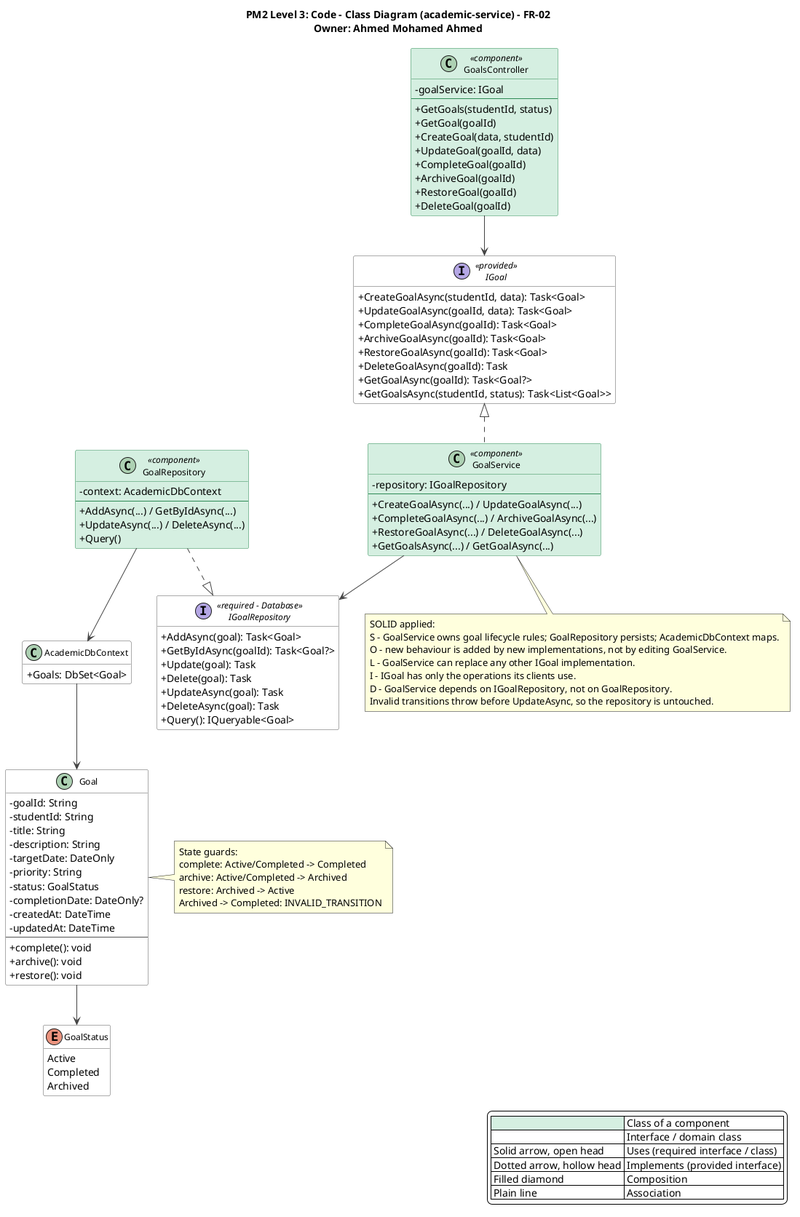
The PlantUML diagram docs/PM2/Part A — Design/Class Diagram/02-academic-service.png in AIU-SoftWave/Aspirra, before a commit. The source it was exported from:
```plantuml
@startuml 02-academic-service
title PM2 Level 3: Code - Class Diagram (academic-service) - FR-02\nOwner: Ahmed Mohamed Ahmed
top to bottom direction
skinparam shadowing false
skinparam defaultFontName Segoe UI
skinparam backgroundColor #FFFFFF
skinparam classAttributeIconSize 0
skinparam classFontSize 12
skinparam nodesep 35
skinparam ranksep 55
skinparam ArrowColor #444444
skinparam class {
  BackgroundColor #FFFFFF
  BorderColor #555555
  BackgroundColor<<component>> #D5EFE0
  BorderColor<<component>> #2E8B57
}
skinparam interface {
  BackgroundColor #FFFFFF
  BorderColor #555555
}
hide empty members

legend right
  |<#D5EFE0>   | Class of a component |
  |<#FFFFFF>   | Interface / domain class |
  | Solid arrow, open head | Uses (required interface / class) |
  | Dotted arrow, hollow head | Implements (provided interface) |
  | Filled diamond | Composition |
  | Plain line | Association |
endlegend

interface IGoal <<provided>> {
  +CreateGoalAsync(studentId, data): Task<Goal>
  +UpdateGoalAsync(goalId, data): Task<Goal>
  +CompleteGoalAsync(goalId): Task<Goal>
  +ArchiveGoalAsync(goalId): Task<Goal>
  +RestoreGoalAsync(goalId): Task<Goal>
  +DeleteGoalAsync(goalId): Task
  +GetGoalAsync(goalId): Task<Goal?>
  +GetGoalsAsync(studentId, status): Task<List<Goal>>
}

class GoalsController <<component>> {
  -goalService: IGoal
  --
  +GetGoals(studentId, status)
  +GetGoal(goalId)
  +CreateGoal(data, studentId)
  +UpdateGoal(goalId, data)
  +CompleteGoal(goalId)
  +ArchiveGoal(goalId)
  +RestoreGoal(goalId)
  +DeleteGoal(goalId)
}

class GoalService <<component>> {
  -repository: IGoalRepository
  --
  +CreateGoalAsync(...) / UpdateGoalAsync(...)
  +CompleteGoalAsync(...) / ArchiveGoalAsync(...)
  +RestoreGoalAsync(...) / DeleteGoalAsync(...)
  +GetGoalsAsync(...) / GetGoalAsync(...)
}

interface IGoalRepository <<required - Database>> {
  +AddAsync(goal): Task<Goal>
  +GetByIdAsync(goalId): Task<Goal?>
  +Update(goal): Task
  +Delete(goal): Task
  +UpdateAsync(goal): Task
  +DeleteAsync(goal): Task
  +Query(): IQueryable<Goal>
}

class GoalRepository <<component>> {
  -context: AcademicDbContext
  --
  +AddAsync(...) / GetByIdAsync(...)
  +UpdateAsync(...) / DeleteAsync(...)
  +Query()
}

class AcademicDbContext {
  +Goals: DbSet<Goal>
}

class Goal {
  -goalId: String
  -studentId: String
  -title: String
  -description: String
  -targetDate: DateOnly
  -priority: String
  -status: GoalStatus
  -completionDate: DateOnly?
  -createdAt: DateTime
  -updatedAt: DateTime
  --
  +complete(): void
  +archive(): void
  +restore(): void
}
enum GoalStatus {
  Active
  Completed
  Archived
}

GoalsController --> IGoal
IGoal <|.. GoalService
GoalService --> IGoalRepository
GoalRepository ..|> IGoalRepository
GoalRepository --> AcademicDbContext
AcademicDbContext --> Goal
Goal --> GoalStatus
note right of Goal
  State guards:
  complete: Active/Completed -> Completed
  archive: Active/Completed -> Archived
  restore: Archived -> Active
  Archived -> Completed: INVALID_TRANSITION
end note
note bottom of GoalService
SOLID applied:
S - GoalService owns goal lifecycle rules; GoalRepository persists; AcademicDbContext maps.
O - new behaviour is added by new implementations, not by editing GoalService.
L - GoalService can replace any other IGoal implementation.
I - IGoal has only the operations its clients use.
D - GoalService depends on IGoalRepository, not on GoalRepository.
Invalid transitions throw before UpdateAsync, so the repository is untouched.
end note
@enduml
```
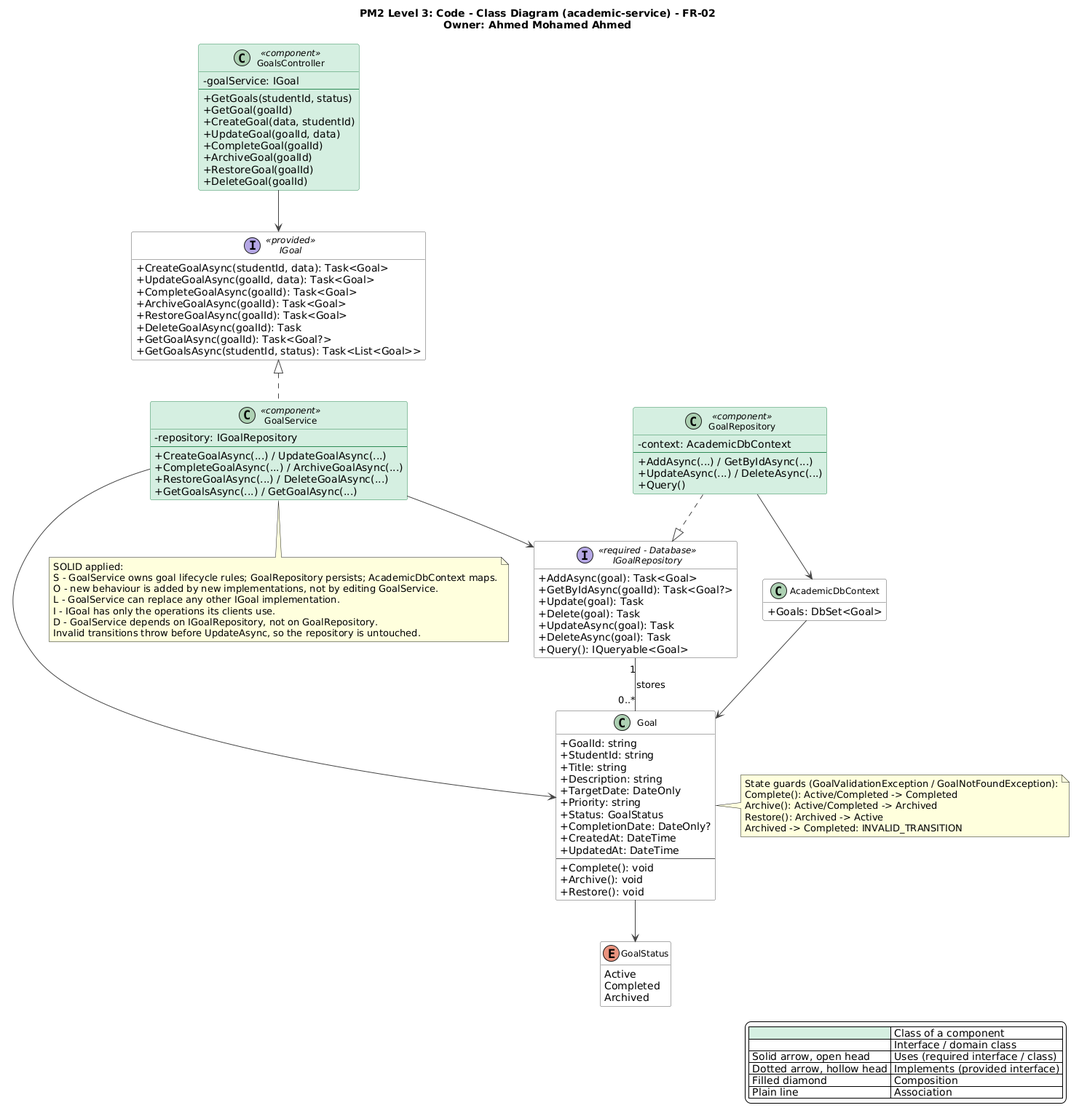
Later version of the same file.

Diff of the diagram source:
```diff
@@ -86,20 +86,20 @@
 }
 
 class Goal {
-  -goalId: String
-  -studentId: String
-  -title: String
-  -description: String
-  -targetDate: DateOnly
-  -priority: String
-  -status: GoalStatus
-  -completionDate: DateOnly?
-  -createdAt: DateTime
-  -updatedAt: DateTime
+  +GoalId: string
+  +StudentId: string
+  +Title: string
+  +Description: string
+  +TargetDate: DateOnly
+  +Priority: string
+  +Status: GoalStatus
+  +CompletionDate: DateOnly?
+  +CreatedAt: DateTime
+  +UpdatedAt: DateTime
   --
-  +complete(): void
-  +archive(): void
-  +restore(): void
+  +Complete(): void
+  +Archive(): void
+  +Restore(): void
 }
 enum GoalStatus {
   Active
@@ -110,15 +110,17 @@
 GoalsController --> IGoal
 IGoal <|.. GoalService
 GoalService --> IGoalRepository
+GoalService --> Goal
+IGoalRepository "1" -- "0..*" Goal : stores
 GoalRepository ..|> IGoalRepository
 GoalRepository --> AcademicDbContext
 AcademicDbContext --> Goal
 Goal --> GoalStatus
 note right of Goal
-  State guards:
-  complete: Active/Completed -> Completed
-  archive: Active/Completed -> Archived
-  restore: Archived -> Active
+  State guards (GoalValidationException / GoalNotFoundException):
+  Complete(): Active/Completed -> Completed
+  Archive(): Active/Completed -> Archived
+  Restore(): Archived -> Active
   Archived -> Completed: INVALID_TRANSITION
 end note
 note bottom of GoalService
```
